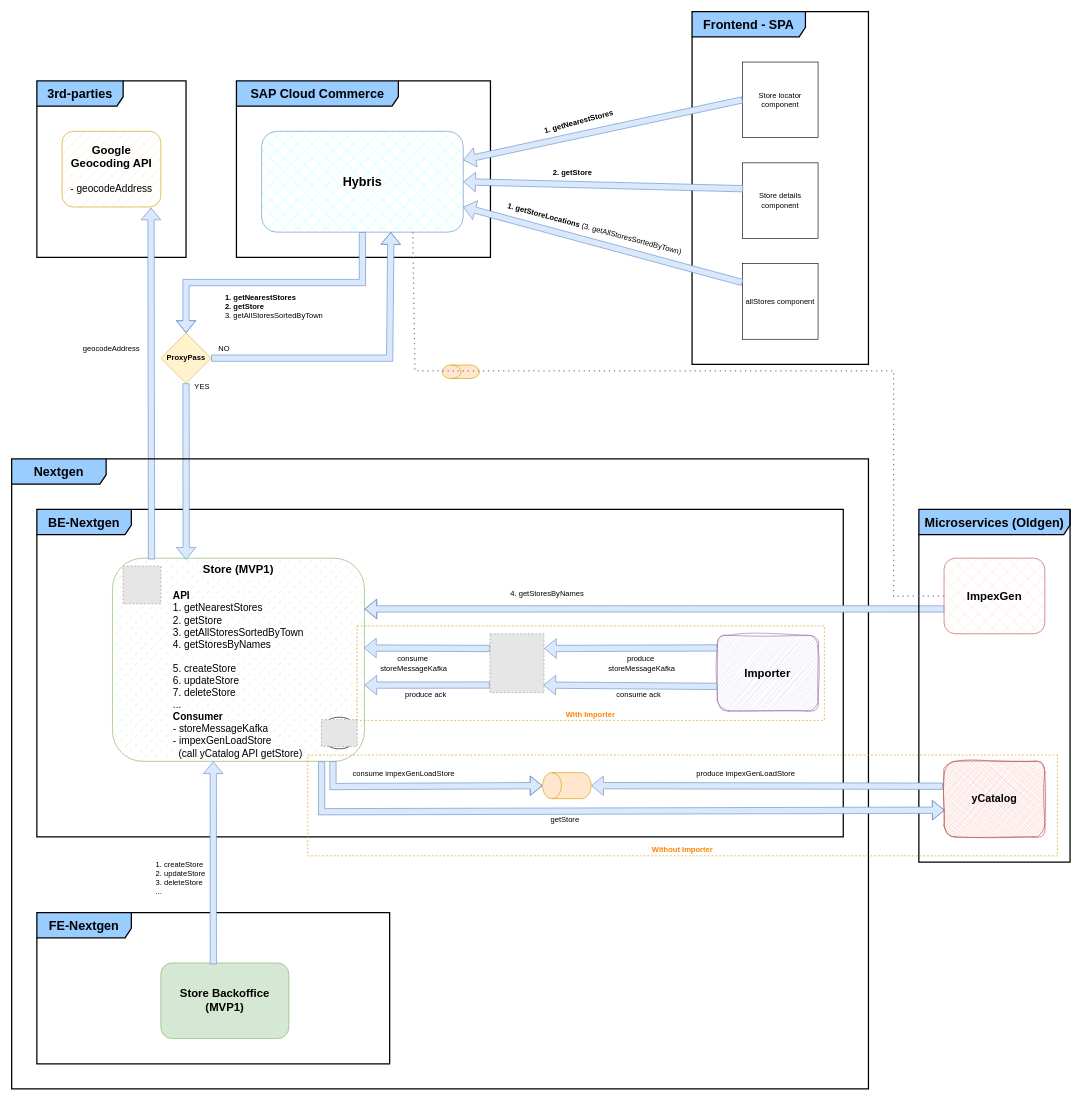
This is graphs/store-macroservice.drawio from d-figuccia/draw-io, a draw.io file, before an edit. Source tidied: cells renumbered, new cells numbered last; positions are measured from the earlier drawing's top-left corner, leaving out a move shared by most shapes. Both pictures are drawn from the tidied source at 63%, with x=0, y=0 at pixel (11, 11). Pictures stored in the file or linked from it are replaced by grey dashed boxes.
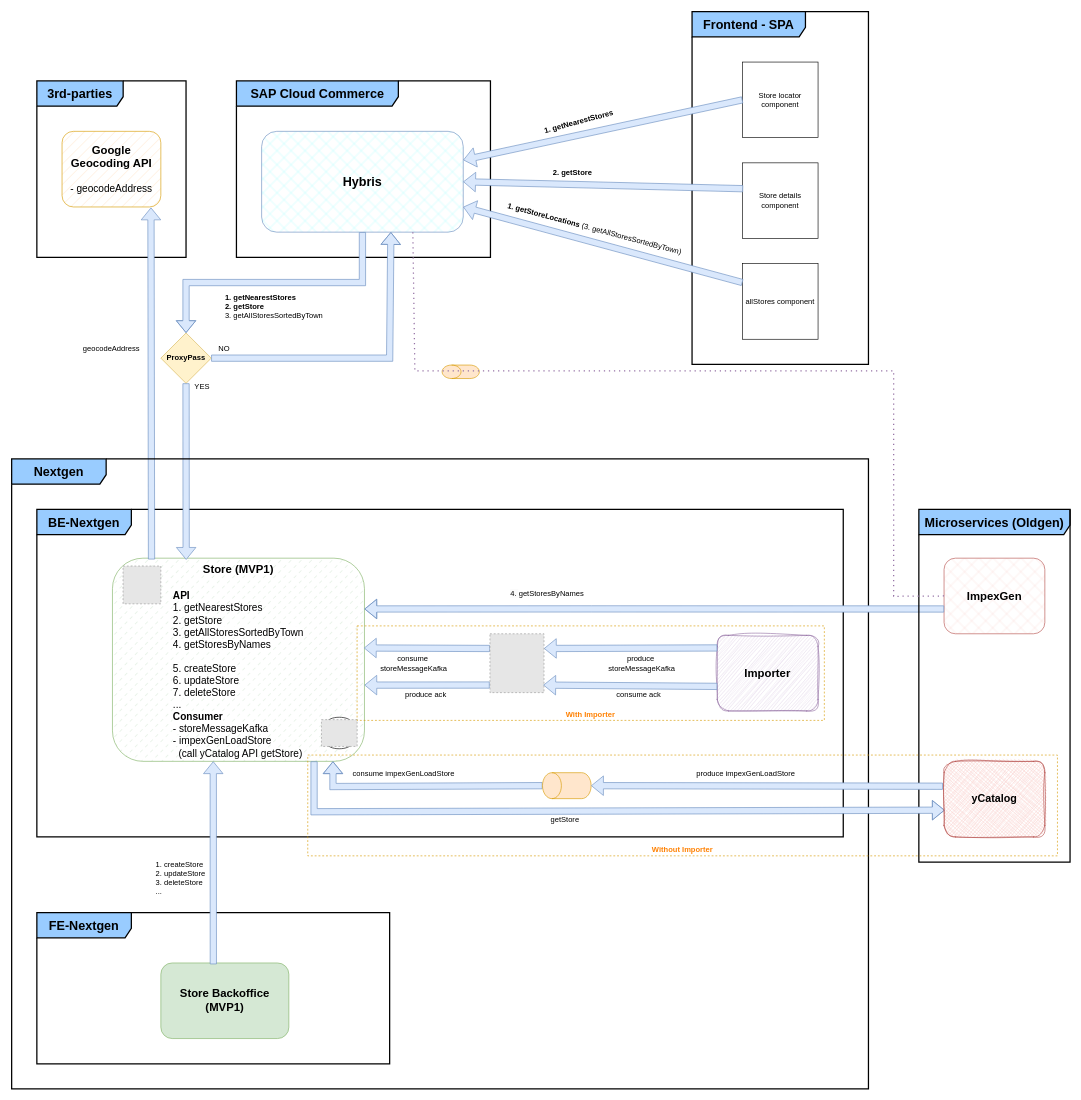
Above is the later version.

The change refers to these unchanged cells:
```xml
<mxCell id="48" value="&lt;b&gt;&lt;font style=&quot;font-size: 17px;&quot;&gt;yCatalog&lt;/font&gt;&lt;/b&gt;" style="rounded=1;whiteSpace=wrap;html=1;fillColor=#f8cecc;strokeColor=#b85450;fillStyle=cross-hatch;sketch=1;curveFitting=1;jiggle=2;" parent="1" vertex="1">
  <mxGeometry x="1480" y="1190" width="160" height="120" as="geometry" />
</mxCell>
<mxCell id="50" value="&lt;div style=&quot;text-align: left;&quot;&gt;&lt;br&gt;&lt;/div&gt;" style="shape=cylinder3;whiteSpace=wrap;html=1;boundedLbl=1;backgroundOutline=1;size=15;rotation=-90;fillColor=#ffe6cc;fillStyle=solid;strokeColor=#d79b00;" parent="1" vertex="1">
  <mxGeometry x="860.6" y="1190" width="41.2" height="77.2" as="geometry" />
</mxCell>
```

Diff of the diagram source:
```diff
@@
     <mxCell id="47" style="shape=flexArrow;endArrow=classic;html=1;rounded=0;entryX=0.006;entryY=0.646;entryDx=0;entryDy=0;entryPerimeter=0;fillColor=#dae8fc;strokeColor=#6c8ebf;" parent="1" edge="1" target="48">
       <mxGeometry relative="1" as="geometry">
-        <mxPoint x="492" y="1190" as="sourcePoint" />
+        <mxPoint x="480" y="1190" as="sourcePoint" />
         <Array as="points">
-          <mxPoint x="492" y="1270" />
+          <mxPoint x="480" y="1270" />
         </Array>
       </mxGeometry>
     </mxCell>
@@
-    <mxCell id="49" style="shape=flexArrow;endArrow=classic;html=1;rounded=0;entryX=0.5;entryY=0;entryDx=0;entryDy=0;entryPerimeter=0;fillColor=#dae8fc;strokeColor=#6c8ebf;" parent="1" edge="1" target="50">
+    <mxCell id="49" style="shape=flexArrow;endArrow=classic;html=1;rounded=0;entryX=0.5;entryY=0;entryDx=0;entryDy=0;entryPerimeter=0;fillColor=#dae8fc;strokeColor=#6c8ebf;exitX=0.5;exitY=0;exitDx=0;exitDy=0;exitPerimeter=0;" parent="1" edge="1" source="50">
       <mxGeometry relative="1" as="geometry">
-        <mxPoint x="510" y="1190" as="sourcePoint" />
+        <mxPoint x="510" y="1190" as="targetPoint" />
         <Array as="points">
           <mxPoint x="510" y="1230" />
         </Array>
       </mxGeometry>
     </mxCell>
```
